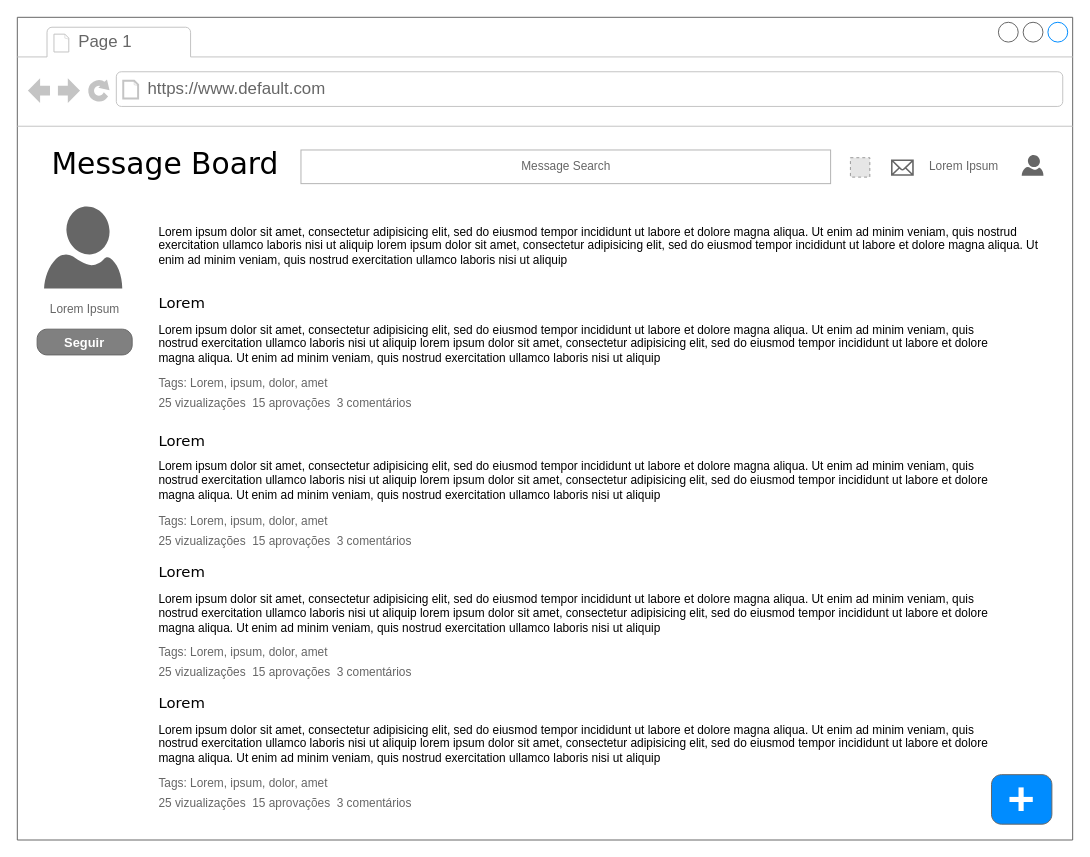
The draw.io diagram page "profile" (3 of 6) of wireframe/messageboard.drawio in johnywalves/message-board-frontend, before the edit. Source tidied: cells renumbered, new cells numbered last; positions are measured from the earlier drawing's top-left corner, leaving out a move shared by most shapes. Both pictures are drawn from the tidied source at 99%, with x=0, y=0 at pixel (17, 17). Pictures stored in the file or linked from it are replaced by grey dashed boxes.
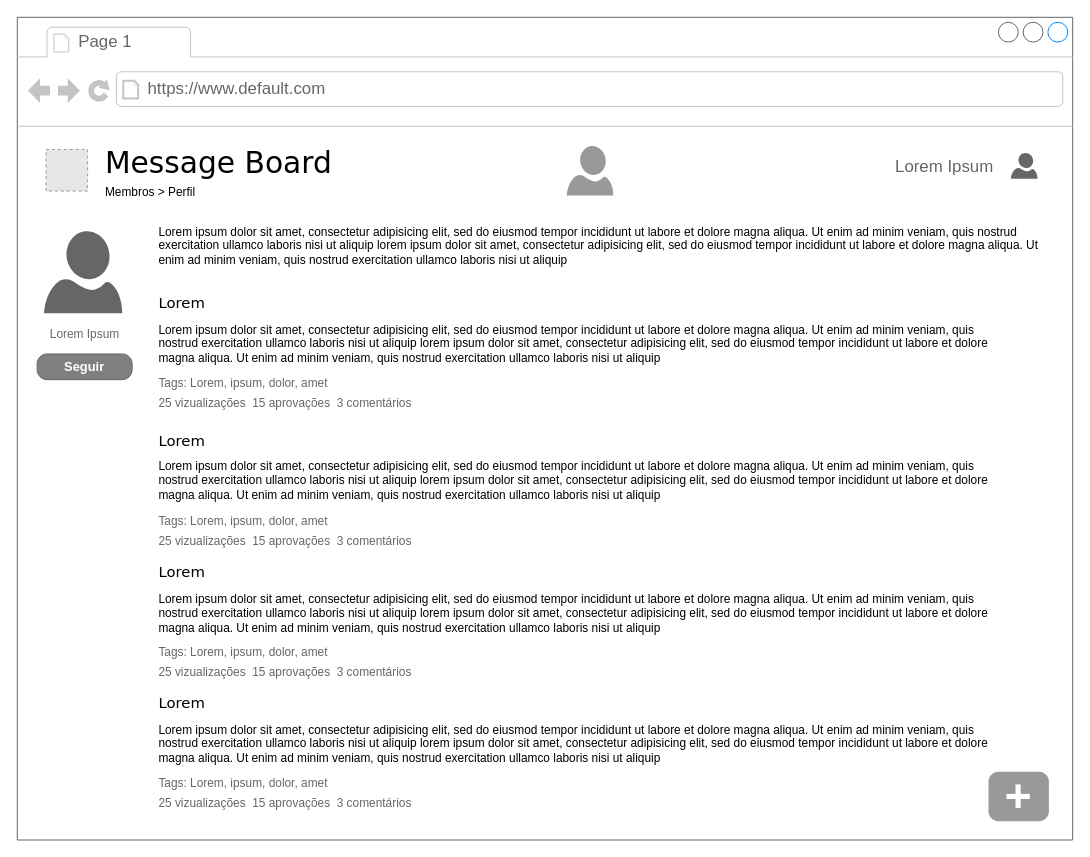
Above is the later version.

Change to the diagram source:
```diff
@@
     <mxCell id="5" style="shadow=0;dashed=0;html=1;strokeColor=none;labelPosition=center;verticalLabelPosition=bottom;verticalAlign=top;align=center;shape=mxgraph.azure.user;fillColor=#666666;" parent="1" vertex="1">
-      <mxGeometry x="27" y="191" width="79" height="83" as="geometry" />
+      <mxGeometry x="27" y="216" width="79" height="83" as="geometry" />
     </mxCell>
     <mxCell id="6" value="&lt;span&gt;Lorem Ipsum&amp;nbsp;&lt;/span&gt;" style="text;html=1;strokeColor=none;fillColor=none;align=center;verticalAlign=middle;whiteSpace=wrap;rounded=0;fontColor=#666666;" parent="1" vertex="1">
-      <mxGeometry x="25" y="284.5" width="90" height="20" as="geometry" />
+      <mxGeometry x="25" y="309.5" width="90" height="20" as="geometry" />
     </mxCell>
@@
-    <mxCell id="28" style="group;" parent="1" vertex="1">
-      <mxGeometry x="32.5" y="128" width="1004" height="45.7" as="geometry" />
-    </mxCell>
-    <mxCell id="29" value="Message Board" style="text;html=1;align=left;verticalAlign=top;spacingTop=-4;fontSize=30;fontFamily=Verdana;fontColor=#000000;" parent="28" vertex="1">
-      <mxGeometry width="340" height="45.7" as="geometry" />
-    </mxCell>
-    <mxCell id="30" style="fillColor=#E6E6E6;strokeColor=#999999;dashed=1;html=1;verticalAlign=top;verticalLabelPosition=bottom;labelBackgroundColor=#ffffff;fontColor=#666666;" parent="28" vertex="1">
-      <mxGeometry x="809" y="13.8" width="19.6" height="19.6" as="geometry" />
-    </mxCell>
-    <mxCell id="31" style="shape=mxgraph.signs.tech.mail;html=1;fillColor=#666666;strokeColor=none;verticalLabelPosition=bottom;verticalAlign=top;align=center;" parent="28" vertex="1">
-      <mxGeometry x="850" y="15.6" width="23" height="16.5" as="geometry" />
-    </mxCell>
-    <mxCell id="32" style="shadow=0;dashed=0;html=1;strokeColor=none;labelPosition=center;verticalLabelPosition=bottom;verticalAlign=top;align=center;shape=mxgraph.azure.user;fillColor=#666666;" parent="28" vertex="1">
-      <mxGeometry x="982" y="11" width="22" height="21" as="geometry" />
-    </mxCell>
-    <mxCell id="33" value="&lt;span&gt;Lorem Ipsum&amp;nbsp;&lt;/span&gt;" style="text;html=1;strokeColor=none;fillColor=none;align=center;verticalAlign=middle;whiteSpace=wrap;rounded=0;fontColor=#666666;" parent="28" vertex="1">
-      <mxGeometry x="880" y="13.8" width="90" height="18.3" as="geometry" />
-    </mxCell>
-    <mxCell id="34" value="Message Search" style="rounded=0;whiteSpace=wrap;html=1;fontColor=#666666;strokeColor=#B3B3B3;" parent="28" vertex="1">
-      <mxGeometry x="254" y="6" width="535" height="34" as="geometry" />
-    </mxCell>
-    <mxCell id="35" value="&lt;font style=&quot;font-size: 47px&quot;&gt;+&lt;/font&gt;" style="strokeWidth=1;shadow=0;dashed=0;align=center;html=1;shape=mxgraph.mockup.buttons.button;strokeColor=#666666;fontColor=#ffffff;mainText=;buttonStyle=round;fontSize=17;fontStyle=1;fillColor=#008cff;whiteSpace=wrap;" parent="1" vertex="1">
-      <mxGeometry x="984" y="765" width="61" height="50" as="geometry" />
+    <mxCell id="35" value="&lt;font style=&quot;font-size: 47px&quot;&gt;+&lt;/font&gt;" style="strokeWidth=1;shadow=0;dashed=0;align=center;html=1;shape=mxgraph.mockup.buttons.button;strokeColor=none;fontColor=#ffffff;mainText=;buttonStyle=round;fontSize=17;fontStyle=1;fillColor=#999999;whiteSpace=wrap;" parent="1" vertex="1">
+      <mxGeometry x="981" y="762" width="61" height="50" as="geometry" />
     </mxCell>
     <mxCell id="36" value="Seguir" style="strokeWidth=1;shadow=0;dashed=0;align=center;html=1;shape=mxgraph.mockup.buttons.button;strokeColor=#666666;fontColor=#ffffff;mainText=;buttonStyle=round;fontSize=13;fontStyle=1;fillColor=#808080;whiteSpace=wrap;" parent="1" vertex="1">
-      <mxGeometry x="20" y="315" width="96" height="26" as="geometry" />
+      <mxGeometry x="20" y="340" width="96" height="26" as="geometry" />
     </mxCell>
+    <mxCell id="29" value="Message Board" style="text;html=1;align=left;verticalAlign=top;spacingTop=-4;fontSize=30;fontFamily=Verdana;fontColor=#000000;" parent="1" vertex="1">
+      <mxGeometry x="87" y="127" width="237" height="46" as="geometry" />
+    </mxCell>
+    <mxCell id="37" value="Membros &amp;gt; Perfil" style="text;html=1;strokeColor=none;fillColor=none;align=left;verticalAlign=middle;whiteSpace=wrap;rounded=0;" parent="1" vertex="1">
+      <mxGeometry x="87" y="167" width="217" height="20" as="geometry" />
+    </mxCell>
+    <mxCell id="33" value="&lt;span style=&quot;font-size: 17px;&quot;&gt;Lorem Ipsum&amp;nbsp;&lt;/span&gt;" style="text;html=1;strokeColor=none;fillColor=none;align=right;verticalAlign=middle;whiteSpace=wrap;rounded=0;fontColor=#666666;fontSize=17;" parent="1" vertex="1">
+      <mxGeometry x="853" y="143" width="140" height="18" as="geometry" />
+    </mxCell>
+    <mxCell id="38" style="shadow=0;dashed=0;html=1;strokeColor=none;labelPosition=center;verticalLabelPosition=bottom;verticalAlign=top;align=center;shape=mxgraph.azure.user;fillColor=#666666;" parent="1" vertex="1">
+      <mxGeometry x="1003.5" y="137" width="27" height="26" as="geometry" />
+    </mxCell>
+    <mxCell id="39" style="fillColor=#E6E6E6;strokeColor=#999999;dashed=1;html=1;verticalAlign=top;verticalLabelPosition=bottom;labelBackgroundColor=none;align=right;fontColor=#999999;" parent="1" vertex="1">
+      <mxGeometry x="29" y="133.5" width="42" height="42" as="geometry" />
+    </mxCell>
+    <mxCell id="40" style="shadow=0;dashed=0;html=1;strokeColor=none;labelPosition=center;verticalLabelPosition=bottom;verticalAlign=top;align=center;shape=mxgraph.azure.user;fillColor=#999999;labelBackgroundColor=none;fontSize=22;fontColor=#999999;" parent="1" vertex="1">
+      <mxGeometry x="555" y="130" width="47" height="50" as="geometry" />
+    </mxCell>
```
